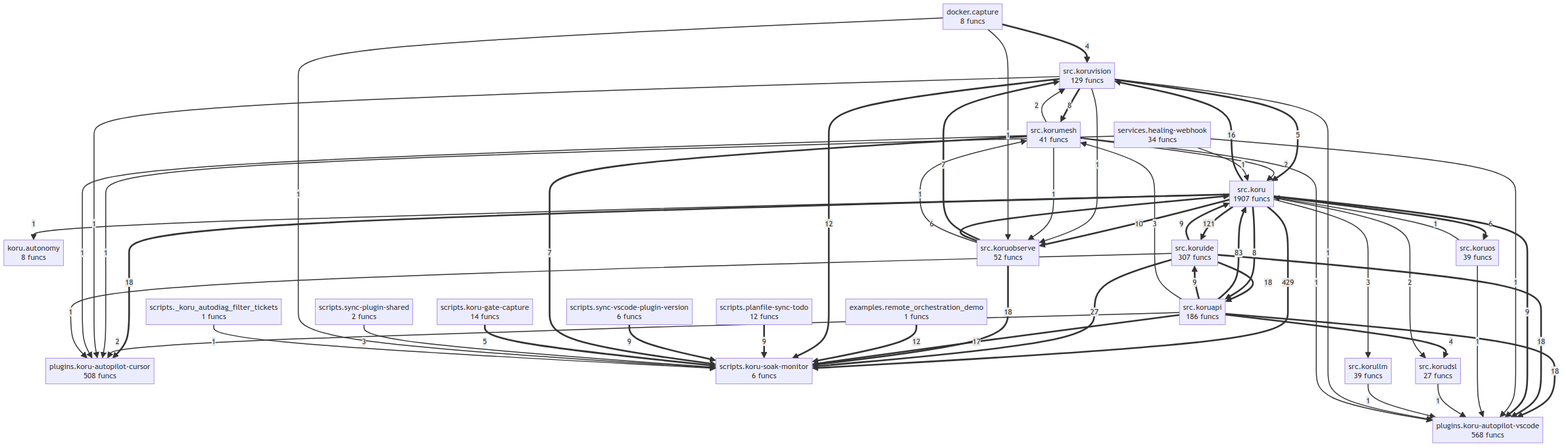
This is project/compact_flow.png from semcod/koru, a Mermaid export, as it was before one commit. Its source is kept beside it as project/compact_flow.mmd.
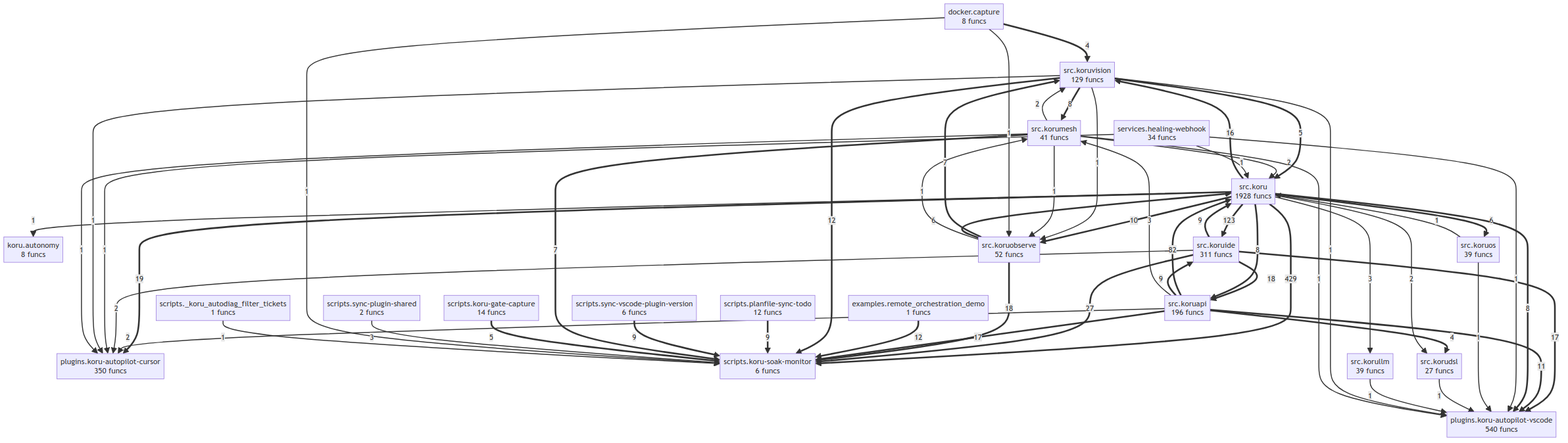
Later version of the same file.

The edit, as a diff of the source:
```diff
@@ -2,8 +2,8 @@
     docker__capture["docker.capture<br/>8 funcs"]
     examples__remote_orchestration_demo["examples.remote_orchestration_demo<br/>1 funcs"]
     koru__autonomy["koru.autonomy<br/>8 funcs"]
-    plugins__koru_autopilot_cursor["plugins.koru-autopilot-cursor<br/>508 funcs"]
-    plugins__koru_autopilot_vscode["plugins.koru-autopilot-vscode<br/>568 funcs"]
+    plugins__koru_autopilot_cursor["plugins.koru-autopilot-cursor<br/>350 funcs"]
+    plugins__koru_autopilot_vscode["plugins.koru-autopilot-vscode<br/>540 funcs"]
     scripts___koru_autodiag_filter_tickets["scripts._koru_autodiag_filter_tickets<br/>1 funcs"]
     scripts__koru_gate_capture["scripts.koru-gate-capture<br/>14 funcs"]
     scripts__koru_soak_monitor["scripts.koru-soak-monitor<br/>6 funcs"]
@@ -11,35 +11,35 @@
     scripts__sync_plugin_shared["scripts.sync-plugin-shared<br/>2 funcs"]
     scripts__sync_vscode_plugin_version["scripts.sync-vscode-plugin-version<br/>6 funcs"]
     services__healing_webhook["services.healing-webhook<br/>34 funcs"]
-    src__koru["src.koru<br/>1907 funcs"]
-    src__koruapi["src.koruapi<br/>186 funcs"]
+    src__koru["src.koru<br/>1928 funcs"]
+    src__koruapi["src.koruapi<br/>196 funcs"]
     src__korudsl["src.korudsl<br/>27 funcs"]
-    src__koruide["src.koruide<br/>307 funcs"]
+    src__koruide["src.koruide<br/>311 funcs"]
     src__korullm["src.korullm<br/>39 funcs"]
     src__korumesh["src.korumesh<br/>41 funcs"]
     src__koruobserve["src.koruobserve<br/>52 funcs"]
     src__koruos["src.koruos<br/>39 funcs"]
     src__koruvision["src.koruvision<br/>129 funcs"]
     src__koru ==>|429| scripts__koru_soak_monitor
-    src__koru ==>|121| src__koruide
-    src__koruapi ==>|83| src__koru
+    src__koru ==>|123| src__koruide
+    src__koruapi ==>|82| src__koru
     src__koruide ==>|27| scripts__koru_soak_monitor
+    src__koru ==>|19| plugins__koru_autopilot_cursor
     src__koruobserve ==>|18| scripts__koru_soak_monitor
-    src__koruapi ==>|18| plugins__koru_autopilot_vscode
-    src__koruide ==>|18| plugins__koru_autopilot_vscode
     src__koruide ==>|18| src__koruapi
-    src__koru ==>|18| plugins__koru_autopilot_cursor
     src__koruapi ==>|17| scripts__koru_soak_monitor
+    src__koruide ==>|17| plugins__koru_autopilot_vscode
     src__koru ==>|16| src__koruvision
     examples__remote_orchestration_demo ==>|12| scripts__koru_soak_monitor
     src__koruvision ==>|12| scripts__koru_soak_monitor
+    src__koruapi ==>|11| plugins__koru_autopilot_vscode
     src__koru ==>|10| src__koruobserve
     src__koruapi ==>|9| src__koruide
     src__koruide ==>|9| src__koru
-    src__koru ==>|9| plugins__koru_autopilot_vscode
     scripts__planfile_sync_todo ==>|9| scripts__koru_soak_monitor
     scripts__sync_vscode_plugin_version ==>|9| scripts__koru_soak_monitor
     src__koruvision ==>|8| src__korumesh
+    src__koru ==>|8| plugins__koru_autopilot_vscode
     src__koru ==>|8| src__koruapi
     src__koruobserve ==>|7| src__koruvision
     src__korumesh ==>|7| scripts__koru_soak_monitor
@@ -49,12 +49,13 @@
     scripts__koru_gate_capture ==>|5| scripts__koru_soak_monitor
     src__koruapi ==>|4| src__korudsl
     docker__capture ==>|4| src__koruvision
-    src__koruapi -->|3| src__korumesh
     src__koru -->|3| src__korullm
     scripts__sync_plugin_shared -->|3| scripts__koru_soak_monitor
+    src__koruapi -->|3| src__korumesh
     src__koruapi -->|2| plugins__koru_autopilot_cursor
     src__korumesh -->|2| src__koru
     src__korumesh -->|2| src__koruvision
+    src__koruide -->|2| plugins__koru_autopilot_cursor
     src__koru -->|2| src__korudsl
     services__healing_webhook -->|1| plugins__koru_autopilot_cursor
     services__healing_webhook -->|1| src__koru
@@ -70,7 +71,6 @@
     src__korumesh -->|1| src__koruobserve
     src__korumesh -->|1| plugins__koru_autopilot_cursor
     src__korumesh -->|1| plugins__koru_autopilot_vscode
-    src__koruide -->|1| plugins__koru_autopilot_cursor
     src__koru -->|1| koru__autonomy
     docker__capture -->|1| src__koruobserve
     docker__capture -->|1| scripts__koru_soak_monitor
```
